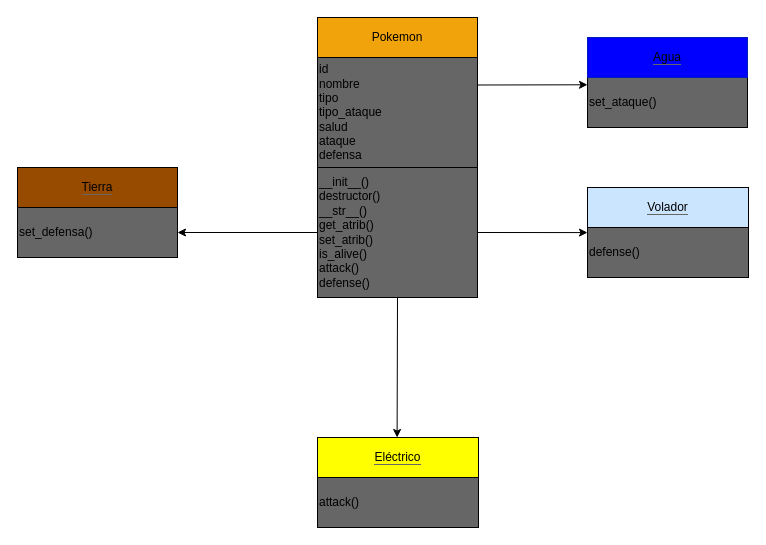
Before: UML/pokemon.drawio in pelahumi/Parcial, a draw.io diagram. Source tidied: cells renumbered, new cells numbered last; positions are measured from the earlier drawing's top-left corner, leaving out a move shared by most shapes. Both pictures are drawn from the tidied source at 100%, with x=0, y=0 at pixel (17, 17).
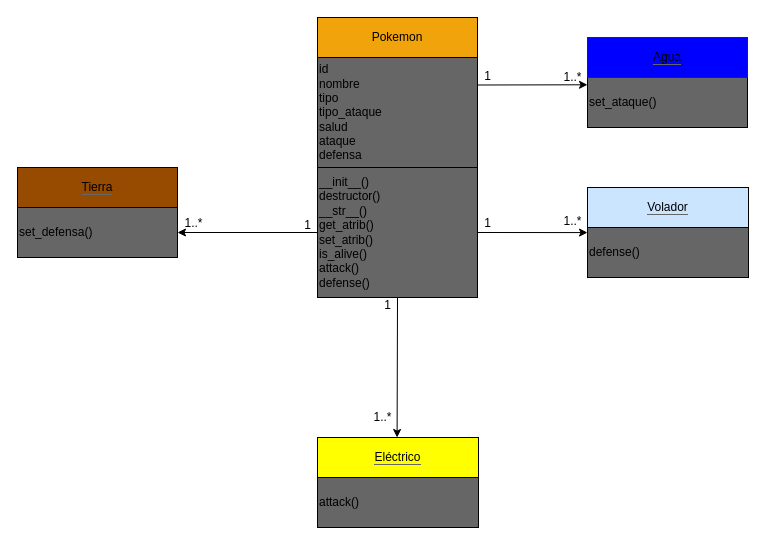
The same diagram, later.

Diff of the diagram source:
```diff
@@
+    <mxCell id="18" value="1" style="text;html=1;align=center;verticalAlign=middle;strokeColor=none;fillColor=none;" parent="1" vertex="1">
+      <mxGeometry x="280" y="198" width="20" height="20" as="geometry" />
+    </mxCell>
+    <mxCell id="19" value="1..*" style="text;html=1;align=center;verticalAlign=middle;strokeColor=none;fillColor=none;" parent="1" vertex="1">
+      <mxGeometry x="161" y="196" width="30" height="20" as="geometry" />
+    </mxCell>
+    <mxCell id="20" value="1..*" style="text;html=1;align=center;verticalAlign=middle;strokeColor=none;fillColor=none;" parent="1" vertex="1">
+      <mxGeometry x="350" y="390" width="30" height="20" as="geometry" />
+    </mxCell>
+    <mxCell id="21" value="1..*" style="text;html=1;align=center;verticalAlign=middle;strokeColor=none;fillColor=none;" parent="1" vertex="1">
+      <mxGeometry x="540" y="50" width="30" height="20" as="geometry" />
+    </mxCell>
+    <mxCell id="22" value="1..*" style="text;html=1;align=center;verticalAlign=middle;strokeColor=none;fillColor=none;" parent="1" vertex="1">
+      <mxGeometry x="540" y="194" width="30" height="20" as="geometry" />
+    </mxCell>
+    <mxCell id="23" value="1" style="text;html=1;align=center;verticalAlign=middle;strokeColor=none;fillColor=none;" parent="1" vertex="1">
+      <mxGeometry x="460" y="49" width="20" height="20" as="geometry" />
+    </mxCell>
+    <mxCell id="24" value="1" style="text;html=1;align=center;verticalAlign=middle;strokeColor=none;fillColor=none;" parent="1" vertex="1">
+      <mxGeometry x="460" y="196" width="20" height="20" as="geometry" />
+    </mxCell>
+    <mxCell id="25" value="1" style="text;html=1;align=center;verticalAlign=middle;strokeColor=none;fillColor=none;" parent="1" vertex="1">
+      <mxGeometry x="360" y="278" width="20" height="20" as="geometry" />
+    </mxCell>
```
